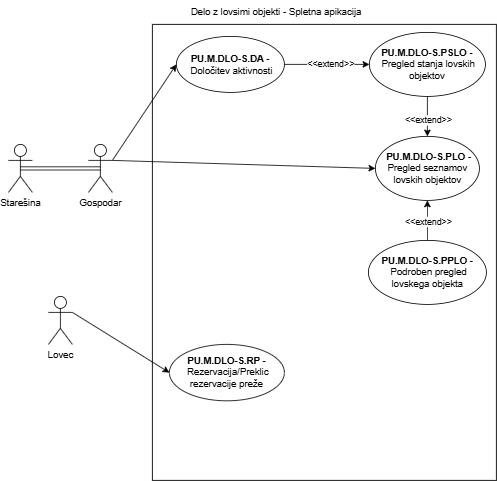
ErnestISv/Lovstvo keeps this draw.io diagram as Delo z lovskimi objekti-Spletna aplikacija.drawio.png. Above is the earlier version. Source tidied: cells renumbered, new cells last; positions are measured from the earlier drawing's top-left corner, leaving out a move shared by most shapes. The source it was exported from:
```xml
<mxGraphModel>
  <root>
    <mxCell id="0" />
    <mxCell id="1" parent="0" />
    <mxCell id="2" style="rounded=0;whiteSpace=wrap;html=1;" parent="1" vertex="1">
      <mxGeometry x="180" y="30" width="430" height="570" as="geometry" />
    </mxCell>
    <mxCell id="3" value="Delo z lovsimi objekti - Spletna apikacija" style="text;html=1;align=center;verticalAlign=middle;whiteSpace=wrap;rounded=0;" parent="1" vertex="1">
      <mxGeometry x="220" width="230" height="30" as="geometry" />
    </mxCell>
    <mxCell id="4" value="&amp;nbsp;&lt;b&gt;PU.M.DLO-S.PLO -&lt;/b&gt; Pregled seznamov lovskih objektov" style="ellipse;whiteSpace=wrap;html=1;" parent="1" vertex="1">
      <mxGeometry x="458.8" y="170" width="130" height="80" as="geometry" />
    </mxCell>
    <mxCell id="5" value="&lt;b&gt;PU.M.DLO-S.PSLO -&lt;/b&gt;&amp;nbsp;Pregled stanja lovskih objektov" style="ellipse;whiteSpace=wrap;html=1;" parent="1" vertex="1">
      <mxGeometry x="451.2" y="40" width="145" height="80" as="geometry" />
    </mxCell>
    <mxCell id="6" value="&lt;b&gt;PU.M.DLO-S.DA -&lt;/b&gt;&amp;nbsp;Določitev aktivnosti" style="ellipse;whiteSpace=wrap;html=1;" parent="1" vertex="1">
      <mxGeometry x="210" y="45" width="135" height="70" as="geometry" />
    </mxCell>
    <mxCell id="7" value="&lt;b&gt;PU.M.DLO-S.RP -&lt;/b&gt;&amp;nbsp;Rezervacija/Preklic rezervacije preže" style="ellipse;whiteSpace=wrap;html=1;" parent="1" vertex="1">
      <mxGeometry x="201.2" y="430" width="143.8" height="70.5" as="geometry" />
    </mxCell>
    <mxCell id="8" value="&lt;b&gt;PU.M.DLO-S.PPLO -&lt;/b&gt;&amp;nbsp;Podroben pregled lovskega objekta" style="ellipse;whiteSpace=wrap;html=1;" parent="1" vertex="1">
      <mxGeometry x="450" y="300" width="147.5" height="80" as="geometry" />
    </mxCell>
    <mxCell id="9" value="Starešina" style="shape=umlActor;verticalLabelPosition=bottom;verticalAlign=top;html=1;outlineConnect=0;" parent="1" vertex="1">
      <mxGeometry y="180" width="30" height="60" as="geometry" />
    </mxCell>
    <mxCell id="10" value="Gospodar" style="shape=umlActor;verticalLabelPosition=bottom;verticalAlign=top;html=1;outlineConnect=0;" parent="1" vertex="1">
      <mxGeometry x="100" y="180" width="30" height="60" as="geometry" />
    </mxCell>
    <mxCell id="11" value="Lovec" style="shape=umlActor;verticalLabelPosition=bottom;verticalAlign=top;html=1;outlineConnect=0;" parent="1" vertex="1">
      <mxGeometry x="50" y="370" width="30" height="60" as="geometry" />
    </mxCell>
    <mxCell id="12" style="endArrow=none;html=1;rounded=0;exitX=0.5;exitY=0.5;exitDx=0;exitDy=0;exitPerimeter=0;entryX=0.5;entryY=0.5;entryDx=0;entryDy=0;entryPerimeter=0;shape=link;" parent="1" edge="1" source="9" target="10">
      <mxGeometry relative="1" as="geometry" />
    </mxCell>
    <mxCell id="13" style="endArrow=classic;html=1;rounded=0;exitX=1;exitY=0.3333333333333333;exitDx=0;exitDy=0;exitPerimeter=0;entryX=0;entryY=0.5;entryDx=0;entryDy=0;" parent="1" edge="1" source="10" target="4">
      <mxGeometry relative="1" as="geometry" />
    </mxCell>
    <mxCell id="14" style="endArrow=classic;html=1;rounded=0;exitX=1;exitY=0.3333333333333333;exitDx=0;exitDy=0;exitPerimeter=0;entryX=0;entryY=0.5;entryDx=0;entryDy=0;" parent="1" edge="1" source="10" target="6">
      <mxGeometry relative="1" as="geometry" />
    </mxCell>
    <mxCell id="15" style="endArrow=classic;html=1;rounded=0;exitX=1;exitY=0.3333333333333333;exitDx=0;exitDy=0;exitPerimeter=0;entryX=0;entryY=0.5;entryDx=0;entryDy=0;" parent="1" edge="1" source="11" target="7">
      <mxGeometry relative="1" as="geometry" />
    </mxCell>
    <mxCell id="16" style="endArrow=classic;html=1;rounded=0;entryX=0.5;entryY=1;entryDx=0;entryDy=0;exitX=0.5;exitY=0;exitDx=0;exitDy=0;" parent="1" edge="1" source="8" target="4">
      <mxGeometry relative="1" as="geometry" />
    </mxCell>
    <mxCell id="17" value="&amp;lt;&amp;lt;extend&amp;gt;&amp;gt;" style="edgeLabel;html=1;align=center;verticalAlign=middle;" parent="16" vertex="1">
      <mxGeometry x="-0.04" y="-1" relative="1" as="geometry" />
    </mxCell>
    <mxCell id="18" style="endArrow=classic;html=1;rounded=0;exitX=0.5;exitY=1;exitDx=0;exitDy=0;entryX=0.5;entryY=0;entryDx=0;entryDy=0;" parent="1" edge="1" source="5" target="4">
      <mxGeometry relative="1" as="geometry" />
    </mxCell>
    <mxCell id="19" value="&amp;lt;&amp;lt;extend&amp;gt;&amp;gt;" style="edgeLabel;html=1;align=center;verticalAlign=middle;" parent="18" vertex="1">
      <mxGeometry x="0.16" y="1" relative="1" as="geometry" />
    </mxCell>
    <mxCell id="20" style="endArrow=classic;html=1;rounded=0;exitX=1;exitY=0.5;exitDx=0;exitDy=0;entryX=0;entryY=0.5;entryDx=0;entryDy=0;" parent="1" edge="1" source="6" target="5">
      <mxGeometry relative="1" as="geometry" />
    </mxCell>
    <mxCell id="21" value="&amp;lt;&amp;lt;extend&amp;gt;&amp;gt;" style="edgeLabel;html=1;align=center;verticalAlign=middle;" parent="20" vertex="1">
      <mxGeometry x="0.08" y="1" relative="1" as="geometry" />
    </mxCell>
  </root>
</mxGraphModel>
```
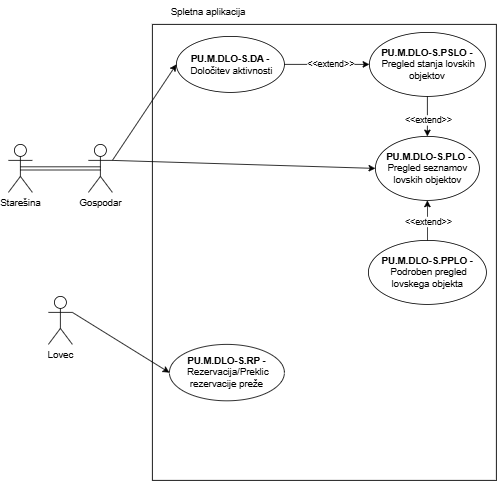
After the commit.

The edit, as a diff of the source:
```diff
@@ -5,8 +5,8 @@
     <mxCell id="2" style="rounded=0;whiteSpace=wrap;html=1;" parent="1" vertex="1">
       <mxGeometry x="180" y="30" width="430" height="570" as="geometry" />
     </mxCell>
-    <mxCell id="3" value="Delo z lovsimi objekti - Spletna apikacija" style="text;html=1;align=center;verticalAlign=middle;whiteSpace=wrap;rounded=0;" parent="1" vertex="1">
-      <mxGeometry x="220" width="230" height="30" as="geometry" />
+    <mxCell id="3" value="Spletna aplikacija" style="text;html=1;align=center;verticalAlign=middle;whiteSpace=wrap;rounded=0;" parent="1" vertex="1">
+      <mxGeometry x="180" width="140" height="30" as="geometry" />
     </mxCell>
     <mxCell id="4" value="&amp;nbsp;&lt;b&gt;PU.M.DLO-S.PLO -&lt;/b&gt; Pregled seznamov lovskih objektov" style="ellipse;whiteSpace=wrap;html=1;" parent="1" vertex="1">
       <mxGeometry x="458.8" y="170" width="130" height="80" as="geometry" />
```
